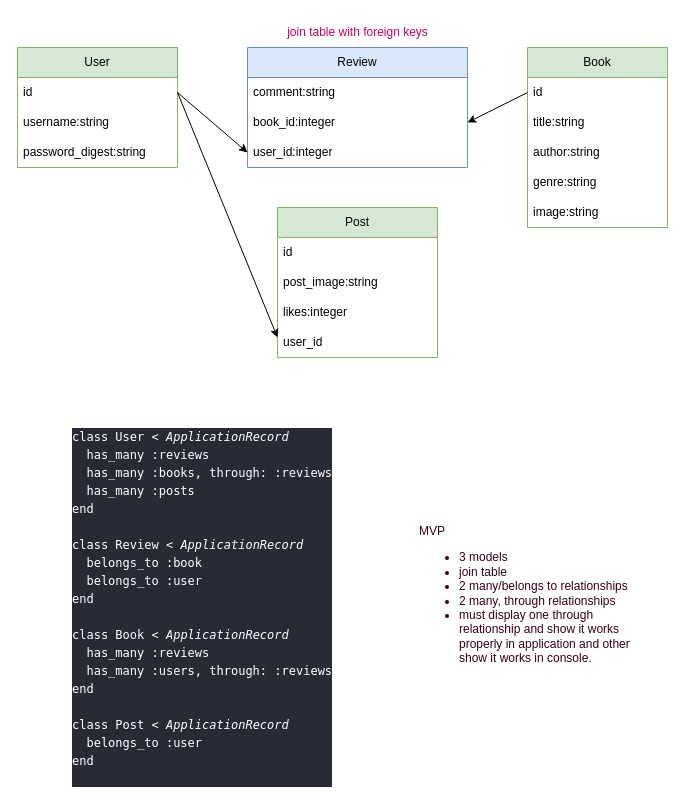
The draw.io diagram ERD.drawio in rstarksmith/phase-4-project-shelfie-review, before the edit. Source tidied: cells renumbered, new cells numbered last; positions are measured from the earlier drawing's top-left corner, leaving out a move shared by most shapes. Both pictures are drawn from the tidied source at 100%, with x=0, y=0 at pixel (17, 17).
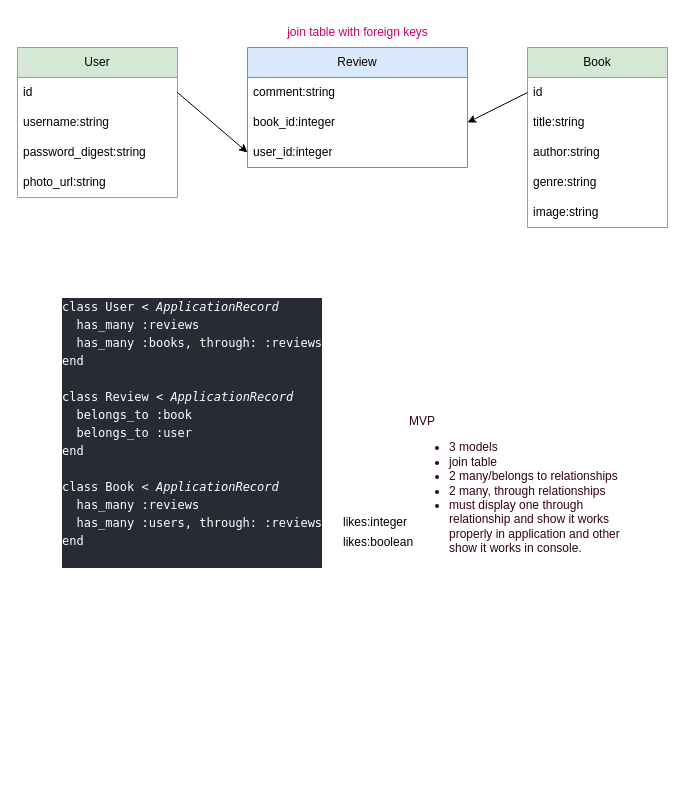
The same page after the edit.

The change refers to these unchanged cells:
```xml
<mxCell id="7" value="id" style="text;strokeColor=none;fillColor=none;align=left;verticalAlign=middle;spacingLeft=4;spacingRight=4;overflow=hidden;points=[[0,0.5],[1,0.5]];portConstraint=eastwest;whiteSpace=wrap;html=1;" parent="6" vertex="1">
  <mxGeometry y="30" width="160" height="30" as="geometry" />
</mxCell>
```

Change to the diagram source:
```diff
@@
     <mxCell id="6" value="User" style="swimlane;fontStyle=0;horizontal=1;startSize=30;whiteSpace=wrap;html=1;fillColor=#d5e8d4;strokeColor=#82b366;" parent="1" vertex="1">
-      <mxGeometry y="30" width="160" height="120" as="geometry" />
+      <mxGeometry y="30" width="160" height="150" as="geometry" />
     </mxCell>
@@
+    <mxCell id="27" value="photo_url:string" style="text;strokeColor=none;fillColor=none;align=left;verticalAlign=middle;spacingLeft=4;spacingRight=4;overflow=hidden;whiteSpace=wrap;html=1;" parent="6" vertex="1">
+      <mxGeometry y="120" width="160" height="30" as="geometry" />
+    </mxCell>
@@
-    <mxCell id="19" value="&lt;h1&gt;&lt;font color=&quot;#ffffff&quot;&gt;&lt;br&gt;&lt;/font&gt;&lt;/h1&gt;&lt;div style=&quot;background-color: rgb(40, 42, 54); font-family: Menlo, Monaco, &amp;quot;Courier New&amp;quot;, monospace; line-height: 18px;&quot;&gt;&lt;div style=&quot;&quot;&gt;&lt;font color=&quot;#ffffff&quot;&gt;class User&lt;span style=&quot;font-style: italic;&quot;&gt; &lt;/span&gt;&lt;span style=&quot;font-style: italic;&quot;&gt;&amp;lt;&lt;/span&gt;&lt;span style=&quot;font-style: italic;&quot;&gt; ApplicationRecord&lt;/span&gt;&lt;/font&gt;&lt;/div&gt;&lt;div style=&quot;&quot;&gt;&lt;font color=&quot;#ffffff&quot;&gt;&amp;nbsp; has_many :reviews&lt;/font&gt;&lt;/div&gt;&lt;div style=&quot;&quot;&gt;&lt;font color=&quot;#ffffff&quot;&gt;&amp;nbsp; has_many :books, through: :reviews&lt;/font&gt;&lt;/div&gt;&lt;div style=&quot;&quot;&gt;&lt;font color=&quot;#ffffff&quot;&gt;&amp;nbsp; has_many :posts&lt;/font&gt;&lt;/div&gt;&lt;div style=&quot;&quot;&gt;&lt;font color=&quot;#ffffff&quot;&gt;end&lt;/font&gt;&lt;/div&gt;&lt;font color=&quot;#ffffff&quot;&gt;&lt;br&gt;&lt;/font&gt;&lt;div style=&quot;&quot;&gt;&lt;font color=&quot;#ffffff&quot;&gt;class&amp;nbsp;Review&lt;span style=&quot;font-style: italic;&quot;&gt;&amp;nbsp;&lt;/span&gt;&lt;span style=&quot;font-style: italic;&quot;&gt;&amp;lt;&lt;/span&gt;&lt;span style=&quot;font-style: italic;&quot;&gt; ApplicationRecord&lt;/span&gt;&lt;/font&gt;&lt;/div&gt;&lt;div style=&quot;&quot;&gt;&lt;font color=&quot;#ffffff&quot;&gt;&amp;nbsp; belongs_to :book&lt;/font&gt;&lt;/div&gt;&lt;div style=&quot;&quot;&gt;&lt;font color=&quot;#ffffff&quot;&gt;&amp;nbsp; belongs_to :user&lt;/font&gt;&lt;/div&gt;&lt;div style=&quot;&quot;&gt;&lt;font color=&quot;#ffffff&quot;&gt;end&lt;/font&gt;&lt;/div&gt;&lt;font color=&quot;#ffffff&quot;&gt;&lt;br&gt;&lt;/font&gt;&lt;div style=&quot;&quot;&gt;&lt;font color=&quot;#ffffff&quot;&gt;class&amp;nbsp;Book&lt;span style=&quot;font-style: italic;&quot;&gt;&amp;nbsp;&lt;/span&gt;&lt;span style=&quot;font-style: italic;&quot;&gt;&amp;lt;&lt;/span&gt;&lt;span style=&quot;font-style: italic;&quot;&gt; ApplicationRecord&lt;/span&gt;&lt;/font&gt;&lt;/div&gt;&lt;div style=&quot;&quot;&gt;&lt;font color=&quot;#ffffff&quot;&gt;&amp;nbsp; has_many :reviews&lt;/font&gt;&lt;/div&gt;&lt;div style=&quot;&quot;&gt;&lt;font color=&quot;#ffffff&quot;&gt;&amp;nbsp; has_many&amp;nbsp;:users, through: :reviews&lt;/font&gt;&lt;/div&gt;&lt;div style=&quot;&quot;&gt;&lt;font color=&quot;#ffffff&quot;&gt;end&lt;/font&gt;&lt;/div&gt;&lt;div style=&quot;&quot;&gt;&lt;font color=&quot;#ffffff&quot;&gt;&lt;br&gt;&lt;/font&gt;&lt;/div&gt;&lt;div style=&quot;&quot;&gt;&lt;span style=&quot;border-color: var(--border-color);&quot;&gt;&lt;font color=&quot;#ffffff&quot;&gt;class Post&lt;/font&gt;&amp;nbsp;&lt;/span&gt;&lt;span style=&quot;border-color: var(--border-color); color: rgb(255, 255, 255); font-style: italic;&quot;&gt;&amp;lt;&lt;/span&gt;&lt;span style=&quot;border-color: var(--border-color); color: rgb(255, 255, 255); font-style: italic;&quot;&gt;&amp;nbsp;ApplicationRecord&lt;/span&gt;&lt;br&gt;&lt;/div&gt;&lt;div style=&quot;&quot;&gt;&lt;font color=&quot;#ffffff&quot;&gt;&amp;nbsp; belongs_to :user&lt;/font&gt;&lt;/div&gt;&lt;div style=&quot;&quot;&gt;&lt;font color=&quot;#ffffff&quot;&gt;end&lt;/font&gt;&lt;/div&gt;&lt;br&gt;&lt;/div&gt;" style="text;html=1;strokeColor=none;fillColor=none;spacing=5;spacingTop=-20;whiteSpace=wrap;overflow=hidden;rounded=0;fontColor=#000099;" parent="1" vertex="1">
-      <mxGeometry x="50" y="360" width="520" height="410" as="geometry" />
+    <mxCell id="19" value="&lt;h1&gt;&lt;font color=&quot;#ffffff&quot;&gt;&lt;br&gt;&lt;/font&gt;&lt;/h1&gt;&lt;div style=&quot;background-color: rgb(40, 42, 54); font-family: Menlo, Monaco, &amp;quot;Courier New&amp;quot;, monospace; line-height: 18px;&quot;&gt;&lt;div style=&quot;&quot;&gt;&lt;font color=&quot;#ffffff&quot;&gt;class User&lt;span style=&quot;font-style: italic;&quot;&gt; &lt;/span&gt;&lt;span style=&quot;font-style: italic;&quot;&gt;&amp;lt;&lt;/span&gt;&lt;span style=&quot;font-style: italic;&quot;&gt; ApplicationRecord&lt;/span&gt;&lt;/font&gt;&lt;/div&gt;&lt;div style=&quot;&quot;&gt;&lt;font color=&quot;#ffffff&quot;&gt;&amp;nbsp; has_many :reviews&lt;/font&gt;&lt;/div&gt;&lt;div style=&quot;&quot;&gt;&lt;font color=&quot;#ffffff&quot;&gt;&amp;nbsp; has_many :books, through: :reviews&lt;/font&gt;&lt;/div&gt;&lt;div style=&quot;&quot;&gt;&lt;font color=&quot;#ffffff&quot;&gt;end&lt;/font&gt;&lt;/div&gt;&lt;font color=&quot;#ffffff&quot;&gt;&lt;br&gt;&lt;/font&gt;&lt;div style=&quot;&quot;&gt;&lt;font color=&quot;#ffffff&quot;&gt;class&amp;nbsp;Review&lt;span style=&quot;font-style: italic;&quot;&gt;&amp;nbsp;&lt;/span&gt;&lt;span style=&quot;font-style: italic;&quot;&gt;&amp;lt;&lt;/span&gt;&lt;span style=&quot;font-style: italic;&quot;&gt; ApplicationRecord&lt;/span&gt;&lt;/font&gt;&lt;/div&gt;&lt;div style=&quot;&quot;&gt;&lt;font color=&quot;#ffffff&quot;&gt;&amp;nbsp; belongs_to :book&lt;/font&gt;&lt;/div&gt;&lt;div style=&quot;&quot;&gt;&lt;font color=&quot;#ffffff&quot;&gt;&amp;nbsp; belongs_to :user&lt;/font&gt;&lt;/div&gt;&lt;div style=&quot;&quot;&gt;&lt;font color=&quot;#ffffff&quot;&gt;end&lt;/font&gt;&lt;/div&gt;&lt;font color=&quot;#ffffff&quot;&gt;&lt;br&gt;&lt;/font&gt;&lt;div style=&quot;&quot;&gt;&lt;font color=&quot;#ffffff&quot;&gt;class&amp;nbsp;Book&lt;span style=&quot;font-style: italic;&quot;&gt;&amp;nbsp;&lt;/span&gt;&lt;span style=&quot;font-style: italic;&quot;&gt;&amp;lt;&lt;/span&gt;&lt;span style=&quot;font-style: italic;&quot;&gt; ApplicationRecord&lt;/span&gt;&lt;/font&gt;&lt;/div&gt;&lt;div style=&quot;&quot;&gt;&lt;font color=&quot;#ffffff&quot;&gt;&amp;nbsp; has_many :reviews&lt;/font&gt;&lt;/div&gt;&lt;div style=&quot;&quot;&gt;&lt;font color=&quot;#ffffff&quot;&gt;&amp;nbsp; has_many&amp;nbsp;:users, through: :reviews&lt;/font&gt;&lt;/div&gt;&lt;div style=&quot;&quot;&gt;&lt;font color=&quot;#ffffff&quot;&gt;end&lt;/font&gt;&lt;/div&gt;&lt;br&gt;&lt;/div&gt;" style="text;html=1;strokeColor=none;fillColor=none;spacing=5;spacingTop=-20;whiteSpace=wrap;overflow=hidden;rounded=0;fontColor=#000099;" parent="1" vertex="1">
+      <mxGeometry x="40" y="230" width="520" height="410" as="geometry" />
     </mxCell>
     <mxCell id="20" value="&lt;font color=&quot;#33001a&quot;&gt;MVP&lt;br&gt;&lt;ul&gt;&lt;li&gt;&lt;font color=&quot;#33001a&quot;&gt;3 models&lt;/font&gt;&lt;/li&gt;&lt;li&gt;&lt;font color=&quot;#33001a&quot;&gt;join table&lt;/font&gt;&lt;/li&gt;&lt;li&gt;&lt;font color=&quot;#33001a&quot;&gt;2 many/belongs to relationships&lt;/font&gt;&lt;/li&gt;&lt;li&gt;&lt;font color=&quot;#33001a&quot;&gt;2 many, through relationships&lt;/font&gt;&lt;/li&gt;&lt;li&gt;&lt;font color=&quot;#33001a&quot;&gt;must display one through relationship and show it works properly in application and other show it works in console.&lt;/font&gt;&lt;/li&gt;&lt;/ul&gt;&lt;/font&gt;" style="text;whiteSpace=wrap;html=1;fontColor=#FFFFFF;" parent="1" vertex="1">
-      <mxGeometry x="400" y="500" width="220" height="160" as="geometry" />
+      <mxGeometry x="390" y="390" width="220" height="160" as="geometry" />
     </mxCell>
-    <mxCell id="21" value="Post" style="swimlane;fontStyle=0;horizontal=1;startSize=30;whiteSpace=wrap;html=1;fillColor=#d5e8d4;strokeColor=#82b366;" parent="1" vertex="1">
-      <mxGeometry x="260" y="190" width="160" height="150" as="geometry" />
-    </mxCell>
-    <mxCell id="22" value="id" style="text;strokeColor=none;fillColor=none;align=left;verticalAlign=middle;spacingLeft=4;spacingRight=4;overflow=hidden;whiteSpace=wrap;html=1;" parent="21" vertex="1">
-      <mxGeometry y="30" width="160" height="30" as="geometry" />
-    </mxCell>
-    <mxCell id="23" value="post_image:string" style="text;strokeColor=none;fillColor=none;align=left;verticalAlign=middle;spacingLeft=4;spacingRight=4;overflow=hidden;whiteSpace=wrap;html=1;" parent="21" vertex="1">
-      <mxGeometry y="60" width="160" height="30" as="geometry" />
-    </mxCell>
-    <mxCell id="24" value="likes:integer" style="text;strokeColor=none;fillColor=none;align=left;verticalAlign=middle;spacingLeft=4;spacingRight=4;overflow=hidden;whiteSpace=wrap;html=1;" parent="21" vertex="1">
-      <mxGeometry y="90" width="160" height="30" as="geometry" />
+    <mxCell id="24" value="likes:integer" style="text;strokeColor=none;fillColor=none;align=left;verticalAlign=middle;spacingLeft=4;spacingRight=4;overflow=hidden;whiteSpace=wrap;html=1;" parent="1" vertex="1">
+      <mxGeometry x="320" y="490" width="160" height="30" as="geometry" />
     </mxCell>
-    <mxCell id="25" value="user_id" style="text;strokeColor=none;fillColor=none;align=left;verticalAlign=middle;spacingLeft=4;spacingRight=4;overflow=hidden;whiteSpace=wrap;html=1;" parent="21" vertex="1">
-      <mxGeometry y="120" width="160" height="30" as="geometry" />
-    </mxCell>
-    <mxCell id="26" style="endArrow=classic;html=1;rounded=0;exitX=1;exitY=0.5;exitDx=0;exitDy=0;" parent="1" edge="1" source="7">
-      <mxGeometry relative="1" as="geometry">
-        <mxPoint x="260" y="320" as="targetPoint" />
-      </mxGeometry>
-    </mxCell>
+    <mxCell id="28" value="likes:boolean" style="text;strokeColor=none;fillColor=none;align=left;verticalAlign=middle;spacingLeft=4;spacingRight=4;overflow=hidden;whiteSpace=wrap;html=1;" parent="1" vertex="1">
+      <mxGeometry x="320" y="510" width="160" height="30" as="geometry" />
+    </mxCell>
```
